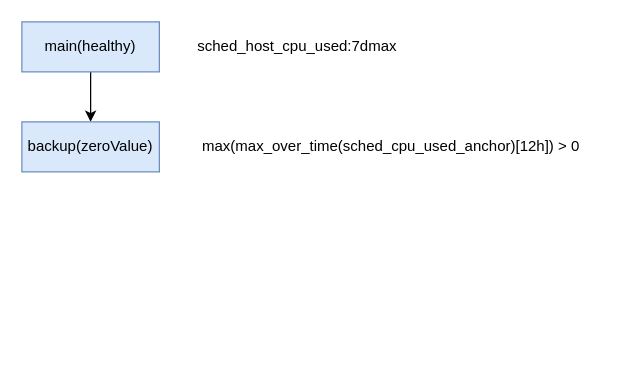
zhangfuli/draw.io keeps this draw.io diagram as zhivago-reducer.drawio. Above is the earlier version. Source tidied: cells renumbered, new cells numbered last; positions are measured from the earlier drawing's top-left corner, leaving out a move shared by most shapes. Both pictures are drawn from the tidied source at 125%, with x=0, y=0 at pixel (21, 21).
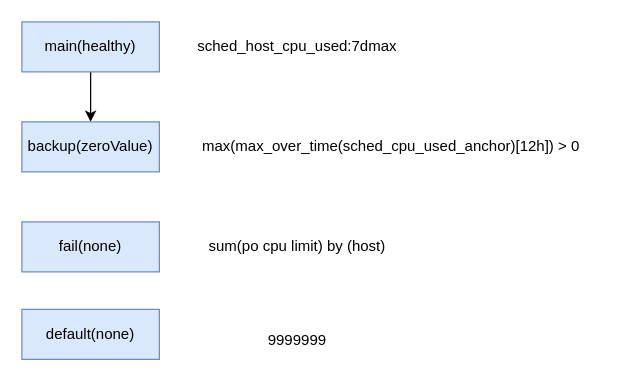
The same diagram, later.

Diff of the diagram source:
```diff
@@
 <mxGraphModel>
   <root>
     <mxCell id="0" />
     <mxCell id="1" parent="0" />
     <mxCell id="2" style="edgeStyle=orthogonalEdgeStyle;rounded=0;jettySize=auto;html=1;" parent="1" edge="1" source="3" target="5">
       <mxGeometry relative="1" as="geometry" />
     </mxCell>
     <mxCell id="3" value="main(healthy)" style="rounded=0;whiteSpace=wrap;html=1;fillColor=#dae8fc;strokeColor=#6c8ebf;" parent="1" vertex="1">
       <mxGeometry width="110" height="40" as="geometry" />
     </mxCell>
     <mxCell id="4" value="sched_host_cpu_used:7dmax" style="text;html=1;align=center;verticalAlign=middle;strokeColor=none;fillColor=none;" parent="1" vertex="1">
       <mxGeometry x="130" y="5" width="180" height="30" as="geometry" />
     </mxCell>
     <mxCell id="5" value="backup(zeroValue)" style="rounded=0;whiteSpace=wrap;html=1;fillColor=#dae8fc;strokeColor=#6c8ebf;" parent="1" vertex="1">
       <mxGeometry y="80" width="110" height="40" as="geometry" />
     </mxCell>
     <mxCell id="6" value="max(max_over_time(sched_cpu_used_anchor)[12h]) &amp;gt; 0" style="text;html=1;align=center;verticalAlign=middle;strokeColor=none;fillColor=none;" parent="1" vertex="1">
       <mxGeometry x="130" y="85" width="330" height="30" as="geometry" />
     </mxCell>
+    <mxCell id="7" value="fail(none)" style="rounded=0;whiteSpace=wrap;html=1;fillColor=#dae8fc;strokeColor=#6c8ebf;" parent="1" vertex="1">
+      <mxGeometry y="160" width="110" height="40" as="geometry" />
+    </mxCell>
+    <mxCell id="8" value="sum(po cpu limit) by (host)" style="text;html=1;align=center;verticalAlign=middle;strokeColor=none;fillColor=none;" parent="1" vertex="1">
+      <mxGeometry x="140" y="165" width="160" height="30" as="geometry" />
+    </mxCell>
+    <mxCell id="9" value="default(none)" style="rounded=0;whiteSpace=wrap;html=1;fillColor=#dae8fc;strokeColor=#6c8ebf;" parent="1" vertex="1">
+      <mxGeometry y="230" width="110" height="40" as="geometry" />
+    </mxCell>
+    <mxCell id="10" value="9999999" style="text;html=1;align=center;verticalAlign=middle;strokeColor=none;fillColor=none;" parent="1" vertex="1">
+      <mxGeometry x="185" y="240" width="70" height="30" as="geometry" />
+    </mxCell>
   </root>
 </mxGraphModel>
```
